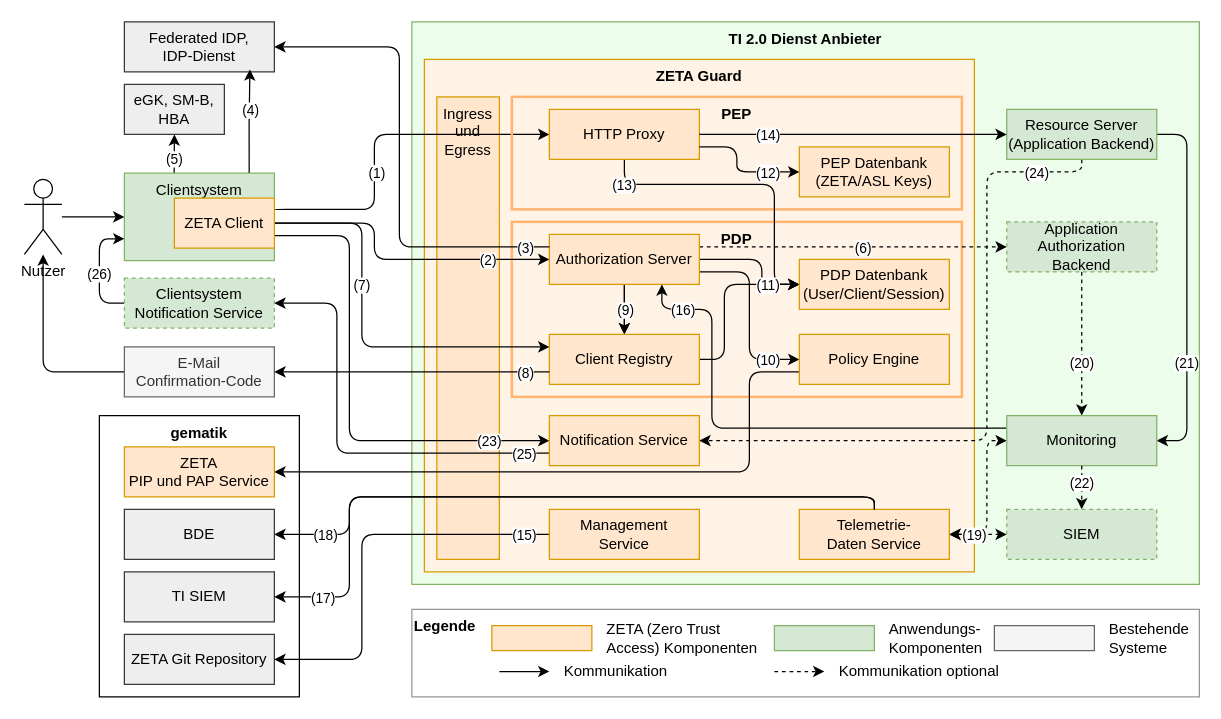
Earlier version of the draw.io diagram src/drawio/Zero-Trust_Architektur.drawio (gematik/spec-t20r). Source tidied: cells renumbered, new cells numbered last; positions are measured from the earlier drawing's top-left corner, leaving out a move shared by most shapes. Both pictures are drawn from the tidied source at 125%, with x=0, y=0 at pixel (24, 21).
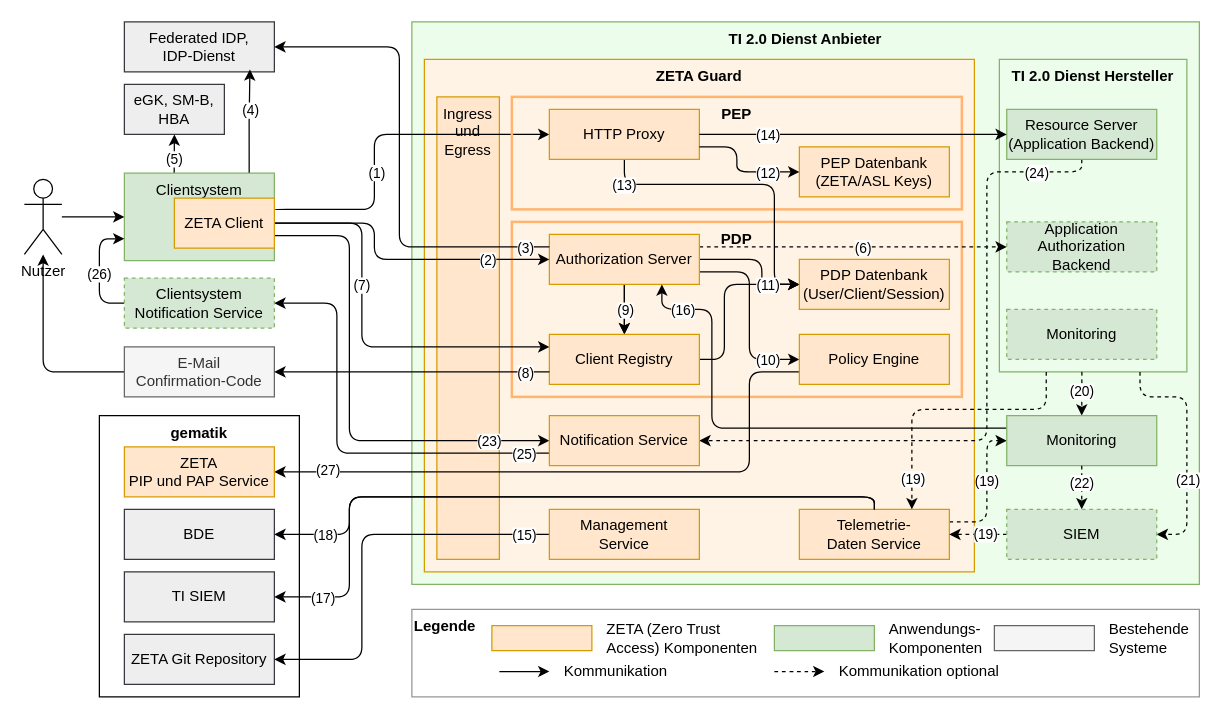
After the change.

Unchanged cells that the change refers to:
```xml
<mxCell id="18" style="edgeStyle=orthogonalEdgeStyle;rounded=1;jettySize=auto;html=1;entryX=1;entryY=0.5;entryDx=0;entryDy=0;exitX=0;exitY=0.75;exitDx=0;exitDy=0;curved=0;" parent="1" edge="1" source="19" target="60">
  <mxGeometry relative="1" as="geometry">
    <Array as="points">
      <mxPoint x="580" y="280" />
      <mxPoint x="580" y="360" />
    </Array>
  </mxGeometry>
</mxCell>
<mxCell id="26" value="&lt;div&gt;Resource Server&lt;/div&gt;&lt;div&gt;(Application Backend)&lt;/div&gt;" style="rounded=0;whiteSpace=wrap;html=1;fillColor=#d5e8d4;strokeColor=#82b366;" parent="1" vertex="1">
  <mxGeometry x="785.9" y="70" width="120" height="40" as="geometry" />
</mxCell>
<mxCell id="29" value="&lt;div&gt;Application Authorization Backend&lt;/div&gt;" style="rounded=0;whiteSpace=wrap;html=1;fillColor=#d5e8d4;strokeColor=#82b366;dashed=1;" parent="1" vertex="1">
  <mxGeometry x="785.9" y="160" width="120" height="40" as="geometry" />
</mxCell>
<mxCell id="31" value="Telemetrie-Daten&amp;nbsp;&lt;span style=&quot;background-color: initial;&quot;&gt;Service&lt;/span&gt;" style="rounded=0;whiteSpace=wrap;html=1;fillColor=#ffe6cc;strokeColor=#d79b00;" parent="1" vertex="1">
  <mxGeometry x="620" y="390" width="120" height="40" as="geometry" />
</mxCell>
<mxCell id="37" value="&lt;div&gt;Monitoring&lt;/div&gt;" style="rounded=0;whiteSpace=wrap;html=1;fillColor=#d5e8d4;strokeColor=#82b366;" parent="1" vertex="1">
  <mxGeometry x="785.9" y="315" width="120" height="40" as="geometry" />
</mxCell>
<mxCell id="95" value="&lt;div&gt;SIEM&lt;/div&gt;" style="rounded=0;whiteSpace=wrap;html=1;fillColor=#d5e8d4;strokeColor=#82b366;dashed=1;" parent="1" vertex="1">
  <mxGeometry x="785.9" y="390" width="120" height="40" as="geometry" />
</mxCell>
```

The edit, as a diff of the source:
```diff
@@
+    <mxCell id="3" value="&lt;b&gt;TI 2.0 Dienst Anbieter&lt;/b&gt;" style="rounded=0;whiteSpace=wrap;html=1;fillColor=#edfdec;strokeColor=#82b366;align=center;verticalAlign=top;" parent="1" vertex="1">
+      <mxGeometry x="310" width="630" height="450" as="geometry" />
+    </mxCell>
+    <mxCell id="102" value="&lt;b&gt;TI 2.0 Dienst Hersteller&lt;/b&gt;" style="rounded=0;whiteSpace=wrap;html=1;fillColor=#edfdec;strokeColor=#82b366;align=center;verticalAlign=top;" parent="1" vertex="1">
+      <mxGeometry x="780" y="30" width="150" height="250" as="geometry" />
+    </mxCell>
@@
-    <mxCell id="3" value="&lt;b&gt;TI 2.0 Dienst Anbieter&lt;/b&gt;" style="rounded=0;whiteSpace=wrap;html=1;fillColor=#edfdec;strokeColor=#82b366;align=center;verticalAlign=top;" parent="1" vertex="1">
-      <mxGeometry x="310" width="630" height="450" as="geometry" />
-    </mxCell>
@@
+    <mxCell id="103" value="(27)" style="edgeLabel;html=1;align=center;verticalAlign=middle;" parent="18" vertex="1">
+      <mxGeometry x="0.83" y="-2" relative="1" as="geometry" />
+    </mxCell>
@@
-    <mxCell id="22" style="edgeStyle=orthogonalEdgeStyle;rounded=1;jettySize=auto;html=1;entryX=1;entryY=0.5;entryDx=0;entryDy=0;curved=0;exitX=1;exitY=0.5;exitDx=0;exitDy=0;" parent="1" edge="1" source="26" target="37">
+    <mxCell id="22" style="edgeStyle=orthogonalEdgeStyle;rounded=1;jettySize=auto;html=1;entryX=1;entryY=0.5;entryDx=0;entryDy=0;curved=0;exitX=0.75;exitY=1;exitDx=0;exitDy=0;dashed=1;" parent="1" edge="1" source="102" target="95">
       <mxGeometry relative="1" as="geometry">
         <Array as="points">
-          <mxPoint x="930" y="90" />
-          <mxPoint x="930" y="335" />
+          <mxPoint x="893" y="300" />
+          <mxPoint x="930" y="300" />
+          <mxPoint x="930" y="410" />
         </Array>
       </mxGeometry>
     </mxCell>
     <mxCell id="23" value="(21)" style="edgeLabel;html=1;align=center;verticalAlign=middle;" parent="22" vertex="1">
       <mxGeometry x="0.08" y="-1" relative="1" as="geometry">
-        <mxPoint y="49" as="offset" />
+        <mxPoint x="1" y="21" as="offset" />
       </mxGeometry>
     </mxCell>
@@
-    <mxCell id="27" style="edgeStyle=orthogonalEdgeStyle;rounded=0;jettySize=auto;html=1;entryX=0.5;entryY=0;entryDx=0;entryDy=0;dashed=1;" parent="1" edge="1" source="29" target="37">
-      <mxGeometry relative="1" as="geometry" />
+    <mxCell id="27" style="edgeStyle=orthogonalEdgeStyle;rounded=0;jettySize=auto;html=1;entryX=0.5;entryY=0;entryDx=0;entryDy=0;dashed=1;" parent="1" edge="1" target="37">
+      <mxGeometry relative="1" as="geometry">
+        <mxPoint x="846" y="280" as="sourcePoint" />
+      </mxGeometry>
     </mxCell>
     <mxCell id="28" value="(20)" style="edgeLabel;html=1;align=center;verticalAlign=middle;" parent="27" vertex="1">
       <mxGeometry x="-0.09" y="1" relative="1" as="geometry">
-        <mxPoint x="-1" y="20" as="offset" />
+        <mxPoint x="-1" y="-1" as="offset" />
       </mxGeometry>
     </mxCell>
@@
-    <mxCell id="30" style="edgeStyle=orthogonalEdgeStyle;rounded=1;jettySize=auto;html=1;startArrow=classic;startFill=1;entryX=0;entryY=0.5;entryDx=0;entryDy=0;curved=0;exitX=1;exitY=0.5;exitDx=0;exitDy=0;dashed=1;" parent="1" edge="1" source="31" target="37">
+    <mxCell id="30" style="edgeStyle=orthogonalEdgeStyle;rounded=1;jettySize=auto;html=1;startArrow=none;startFill=0;entryX=0;entryY=0.5;entryDx=0;entryDy=0;curved=0;exitX=1;exitY=0.25;exitDx=0;exitDy=0;dashed=1;" parent="1" edge="1" source="31" target="37">
       <mxGeometry relative="1" as="geometry">
         <Array as="points">
-          <mxPoint x="770" y="410" />
+          <mxPoint x="770" y="400" />
           <mxPoint x="770" y="335" />
         </Array>
       </mxGeometry>
     </mxCell>
@@
-    <mxCell id="55" style="edgeStyle=orthogonalEdgeStyle;rounded=1;jettySize=auto;html=1;entryX=1;entryY=0.5;entryDx=0;entryDy=0;dashed=1;curved=0;exitX=0;exitY=0.5;exitDx=0;exitDy=0;startArrow=classic;startFill=1;" parent="1" edge="1" source="95" target="31">
+    <mxCell id="55" style="edgeStyle=orthogonalEdgeStyle;rounded=1;jettySize=auto;html=1;entryX=1;entryY=0.5;entryDx=0;entryDy=0;dashed=1;curved=0;exitX=0;exitY=0.5;exitDx=0;exitDy=0;startArrow=none;startFill=0;" parent="1" edge="1" source="95" target="31">
       <mxGeometry relative="1" as="geometry">
         <Array as="points">
           <mxPoint x="780" y="410" />
           <mxPoint x="780" y="410" />
         </Array>
       </mxGeometry>
     </mxCell>
     <mxCell id="56" value="(19)" style="edgeLabel;html=1;align=center;verticalAlign=middle;" parent="55" vertex="1">
       <mxGeometry x="0.2" y="1" relative="1" as="geometry">
-        <mxPoint x="2" y="-1" as="offset" />
+        <mxPoint x="12" y="-44" as="offset" />
       </mxGeometry>
     </mxCell>
+    <mxCell id="104" value="(19)" style="edgeLabel;html=1;align=center;verticalAlign=middle;" parent="55" vertex="1">
+      <mxGeometry x="-0.26" y="-1" relative="1" as="geometry" />
+    </mxCell>
@@
+    <mxCell id="105" style="edgeStyle=orthogonalEdgeStyle;rounded=1;jettySize=auto;html=1;entryX=0.75;entryY=0;entryDx=0;entryDy=0;curved=0;dashed=1;exitX=0.25;exitY=1;exitDx=0;exitDy=0;" parent="1" edge="1" source="102" target="31">
+      <mxGeometry relative="1" as="geometry">
+        <Array as="points">
+          <mxPoint x="817" y="310" />
+          <mxPoint x="710" y="310" />
+        </Array>
+      </mxGeometry>
+    </mxCell>
+    <mxCell id="106" value="(19)" style="edgeLabel;html=1;align=center;verticalAlign=middle;" parent="105" vertex="1">
+      <mxGeometry x="0.69" relative="1" as="geometry">
+        <mxPoint y="9" as="offset" />
+      </mxGeometry>
+    </mxCell>
+    <mxCell id="107" value="&lt;div&gt;Monitoring&lt;/div&gt;" style="rounded=0;whiteSpace=wrap;html=1;fillColor=#d5e8d4;strokeColor=#82b366;dashed=1;" parent="1" vertex="1">
+      <mxGeometry x="785.9" y="230" width="120" height="40" as="geometry" />
+    </mxCell>
```
